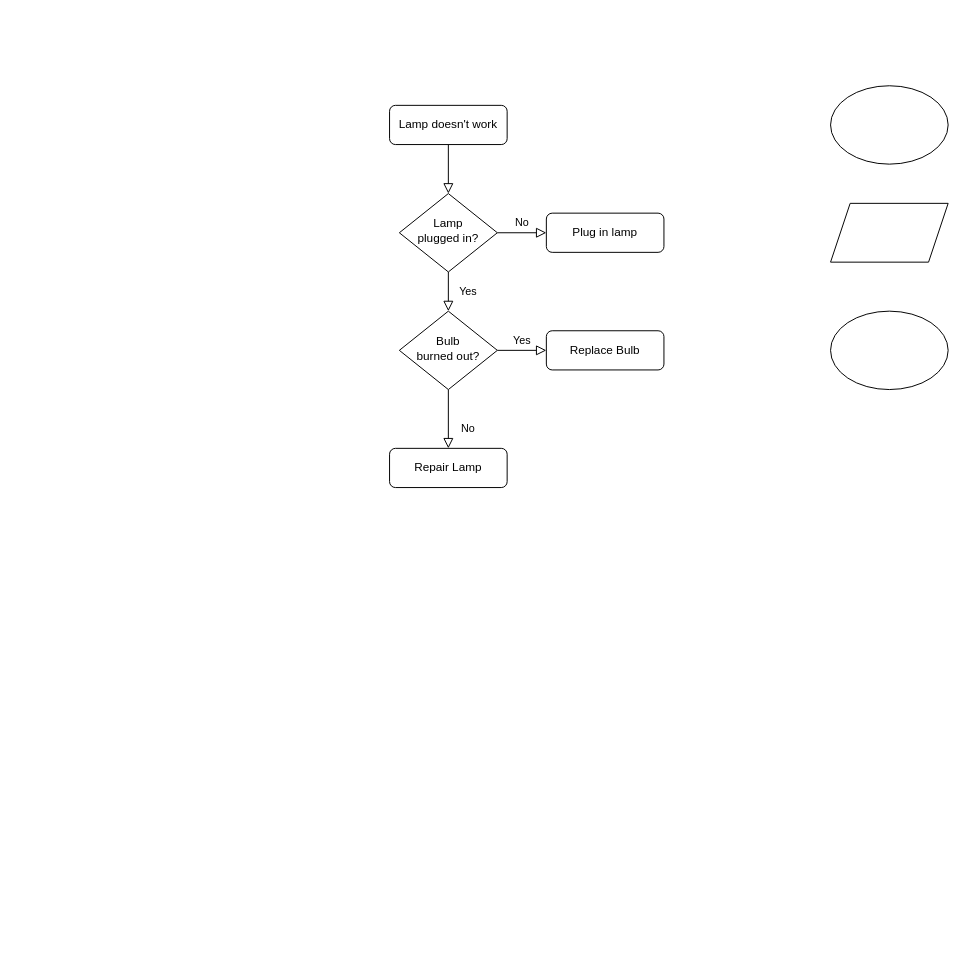
This is main/Untitled Diagram.drawio from ASDAH-Digtal/level-1-python-quiz-Jianaaaa, a draw.io file, before an edit. Source tidied: cells renumbered, new cells numbered last; positions are measured from the earlier drawing's top-left corner, leaving out a move shared by most shapes. Both pictures are drawn from the tidied source at 98%, with x=0, y=0 at pixel (389, 85).
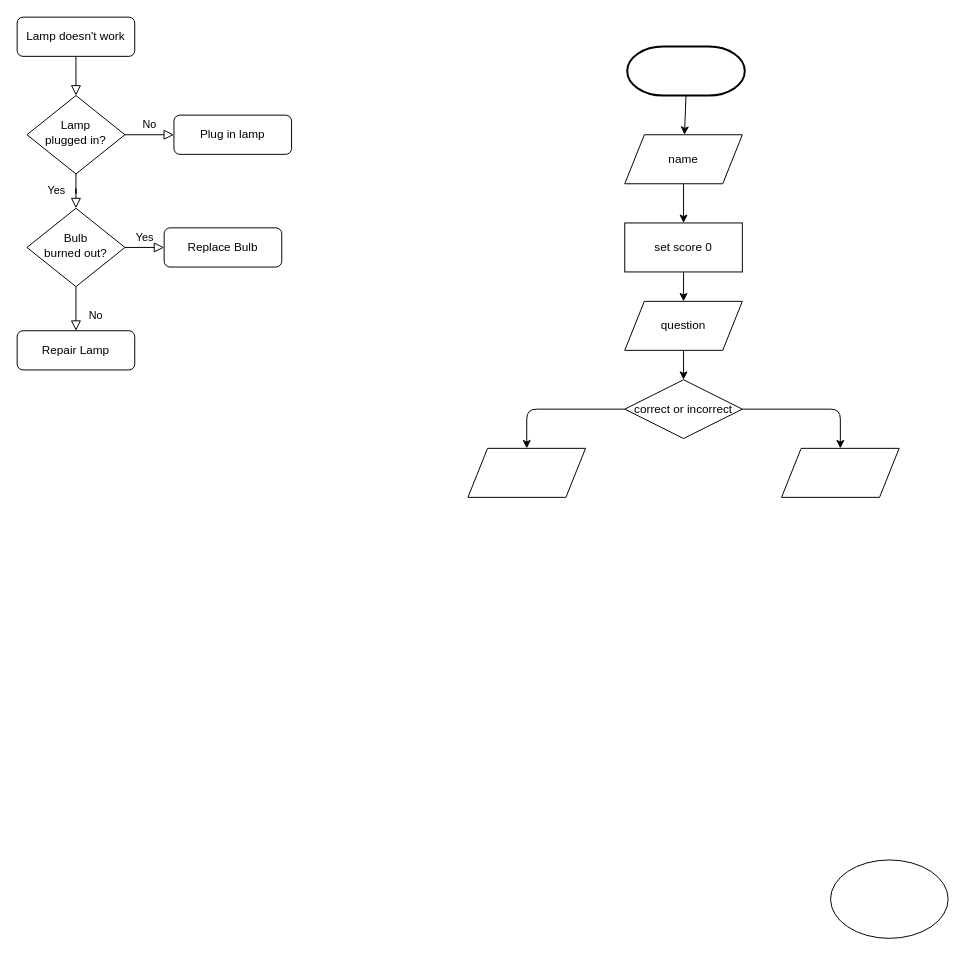
After the change.

Commit message:
flowchart diagram {unfinished)

Diff of the diagram source:
```diff
@@
     <mxCell id="3" value="Lamp doesn't work" style="rounded=1;whiteSpace=wrap;html=1;fontSize=12;glass=0;strokeWidth=1;shadow=0;" parent="1" vertex="1">
-      <mxGeometry y="20" width="120" height="40" as="geometry" />
+      <mxGeometry x="-380" y="-70" width="120" height="40" as="geometry" />
     </mxCell>
@@
     <mxCell id="6" value="Lamp&lt;br&gt;plugged in?" style="rhombus;whiteSpace=wrap;html=1;shadow=0;fontFamily=Helvetica;fontSize=12;align=center;strokeWidth=1;spacing=6;spacingTop=-4;" parent="1" vertex="1">
-      <mxGeometry x="10" y="110" width="100" height="80" as="geometry" />
+      <mxGeometry x="-370" y="10" width="100" height="80" as="geometry" />
     </mxCell>
     <mxCell id="7" value="Plug in lamp" style="rounded=1;whiteSpace=wrap;html=1;fontSize=12;glass=0;strokeWidth=1;shadow=0;" parent="1" vertex="1">
-      <mxGeometry x="160" y="130" width="120" height="40" as="geometry" />
+      <mxGeometry x="-220" y="30" width="120" height="40" as="geometry" />
     </mxCell>
@@
     <mxCell id="10" value="Bulb&lt;br&gt;burned out?" style="rhombus;whiteSpace=wrap;html=1;shadow=0;fontFamily=Helvetica;fontSize=12;align=center;strokeWidth=1;spacing=6;spacingTop=-4;" parent="1" vertex="1">
-      <mxGeometry x="10" y="230" width="100" height="80" as="geometry" />
+      <mxGeometry x="-370" y="125" width="100" height="80" as="geometry" />
     </mxCell>
     <mxCell id="11" value="Repair Lamp" style="rounded=1;whiteSpace=wrap;html=1;fontSize=12;glass=0;strokeWidth=1;shadow=0;" parent="1" vertex="1">
-      <mxGeometry y="370" width="120" height="40" as="geometry" />
+      <mxGeometry x="-380" y="250" width="120" height="40" as="geometry" />
     </mxCell>
     <mxCell id="12" value="Replace Bulb" style="rounded=1;whiteSpace=wrap;html=1;fontSize=12;glass=0;strokeWidth=1;shadow=0;" parent="1" vertex="1">
-      <mxGeometry x="160" y="250" width="120" height="40" as="geometry" />
+      <mxGeometry x="-230" y="145" width="120" height="40" as="geometry" />
     </mxCell>
-    <mxCell id="13" style="ellipse;whiteSpace=wrap;html=1;" parent="1" vertex="1">
-      <mxGeometry x="450" width="120" height="80" as="geometry" />
-    </mxCell>
+    <mxCell id="16" style="edgeStyle=none;html=1;exitX=0.5;exitY=1;exitDx=0;exitDy=0;exitPerimeter=0;" parent="1" edge="1" source="23" target="14">
+      <mxGeometry relative="1" as="geometry" />
+    </mxCell>
-    <mxCell id="14" style="shape=parallelogram;perimeter=parallelogramPerimeter;whiteSpace=wrap;html=1;fixedSize=1;" parent="1" vertex="1">
-      <mxGeometry x="450" y="120" width="120" height="60" as="geometry" />
+    <mxCell id="14" value="name" style="shape=parallelogram;perimeter=parallelogramPerimeter;whiteSpace=wrap;html=1;fixedSize=1;" parent="1" vertex="1">
+      <mxGeometry x="240" y="50" width="120" height="50" as="geometry" />
     </mxCell>
     <mxCell id="15" style="ellipse;whiteSpace=wrap;html=1;" parent="1" vertex="1">
-      <mxGeometry x="450" y="230" width="120" height="80" as="geometry" />
+      <mxGeometry x="450" y="790" width="120" height="80" as="geometry" />
     </mxCell>
+    <mxCell id="17" value="set score 0" style="rounded=0;whiteSpace=wrap;html=1;" parent="1" vertex="1">
+      <mxGeometry x="240" y="140" width="120" height="50" as="geometry" />
+    </mxCell>
+    <mxCell id="18" value="question" style="shape=parallelogram;perimeter=parallelogramPerimeter;whiteSpace=wrap;html=1;fixedSize=1;" parent="1" vertex="1">
+      <mxGeometry x="240" y="220" width="120" height="50" as="geometry" />
+    </mxCell>
+    <mxCell id="19" style="endArrow=classic;html=1;exitX=0.5;exitY=1;exitDx=0;exitDy=0;entryX=0.5;entryY=0;entryDx=0;entryDy=0;" parent="1" edge="1" source="14" target="17">
+      <mxGeometry relative="1" as="geometry" />
+    </mxCell>
+    <mxCell id="20" style="endArrow=classic;html=1;exitX=0.5;exitY=1;exitDx=0;exitDy=0;entryX=0.5;entryY=0;entryDx=0;entryDy=0;" parent="1" edge="1" source="17" target="18">
+      <mxGeometry relative="1" as="geometry" />
+    </mxCell>
+    <mxCell id="21" style="shape=parallelogram;perimeter=parallelogramPerimeter;whiteSpace=wrap;html=1;fixedSize=1;" parent="1" vertex="1">
+      <mxGeometry x="80" y="370" width="120" height="50" as="geometry" />
+    </mxCell>
+    <mxCell id="22" value="correct or incorrect" style="rhombus;whiteSpace=wrap;html=1;" parent="1" vertex="1">
+      <mxGeometry x="240" y="300" width="120" height="60" as="geometry" />
+    </mxCell>
+    <mxCell id="23" style="strokeWidth=2;html=1;shape=mxgraph.flowchart.terminator;whiteSpace=wrap;" parent="1" vertex="1">
+      <mxGeometry x="242.5" y="-40" width="120" height="50" as="geometry" />
+    </mxCell>
+    <mxCell id="24" style="endArrow=classic;html=1;entryX=0.5;entryY=0;entryDx=0;entryDy=0;exitX=0.5;exitY=1;exitDx=0;exitDy=0;" parent="1" edge="1" source="18" target="22">
+      <mxGeometry relative="1" as="geometry" />
+    </mxCell>
+    <mxCell id="25" style="endArrow=classic;html=1;entryX=0.5;entryY=0;entryDx=0;entryDy=0;exitX=0;exitY=0.5;exitDx=0;exitDy=0;" parent="1" edge="1" source="22" target="21">
+      <mxGeometry relative="1" as="geometry">
+        <Array as="points">
+          <mxPoint x="140" y="330" />
+        </Array>
+      </mxGeometry>
+    </mxCell>
+    <mxCell id="26" style="shape=parallelogram;perimeter=parallelogramPerimeter;whiteSpace=wrap;html=1;fixedSize=1;" parent="1" vertex="1">
+      <mxGeometry x="400" y="370" width="120" height="50" as="geometry" />
+    </mxCell>
+    <mxCell id="27" style="endArrow=classic;html=1;entryX=0.5;entryY=0;entryDx=0;entryDy=0;exitX=1;exitY=0.5;exitDx=0;exitDy=0;" parent="1" edge="1" source="22" target="26">
+      <mxGeometry relative="1" as="geometry">
+        <Array as="points">
+          <mxPoint x="460" y="330" />
+        </Array>
+      </mxGeometry>
+    </mxCell>
```
